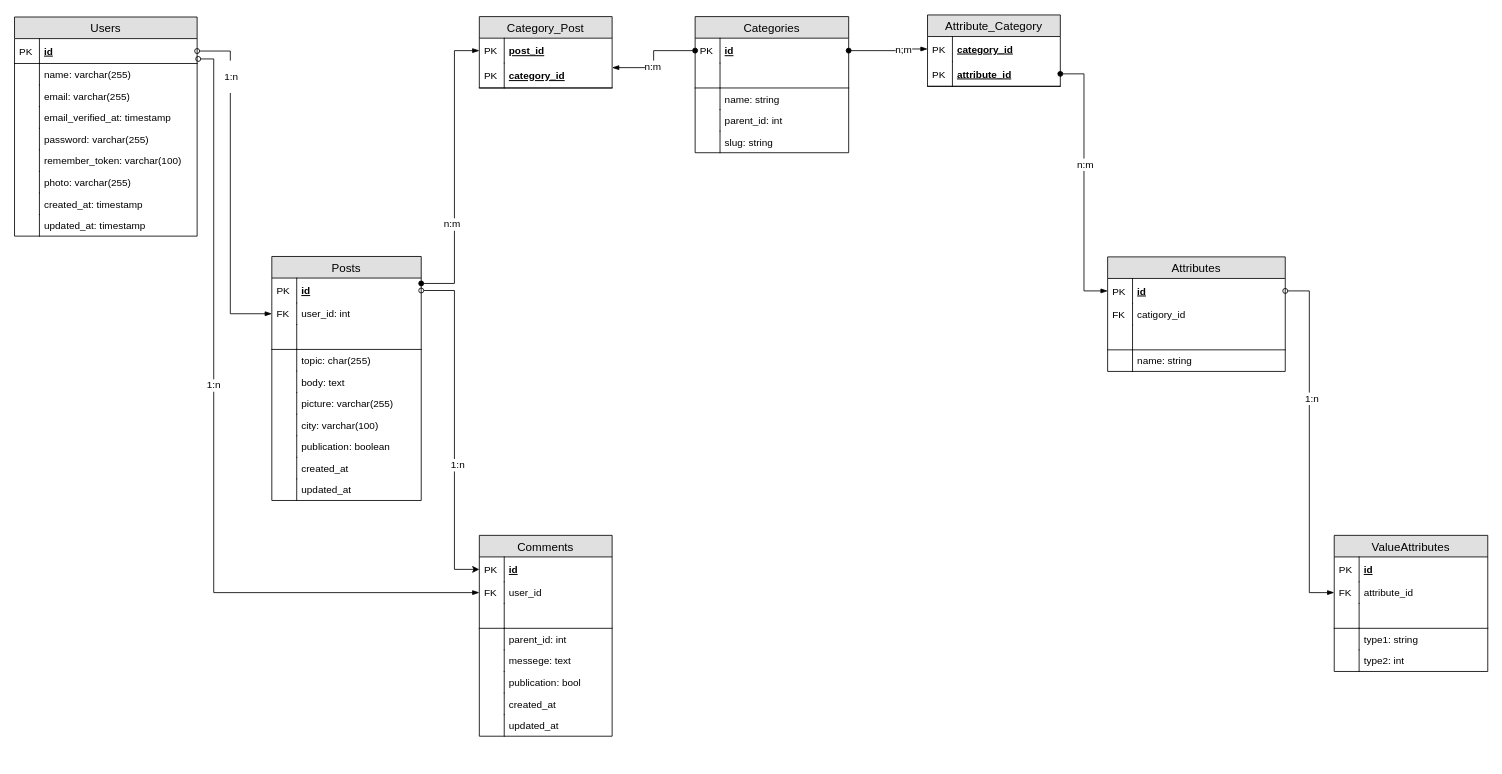
Before: scheme_db/lgical.drawio in igor193/dumpsdatafindteam, a draw.io diagram. Source tidied: cells renumbered, new cells numbered last; positions are measured from the earlier drawing's top-left corner, leaving out a move shared by most shapes. Both pictures are drawn from the tidied source at 83%, with x=0, y=0 at pixel (14, 14).
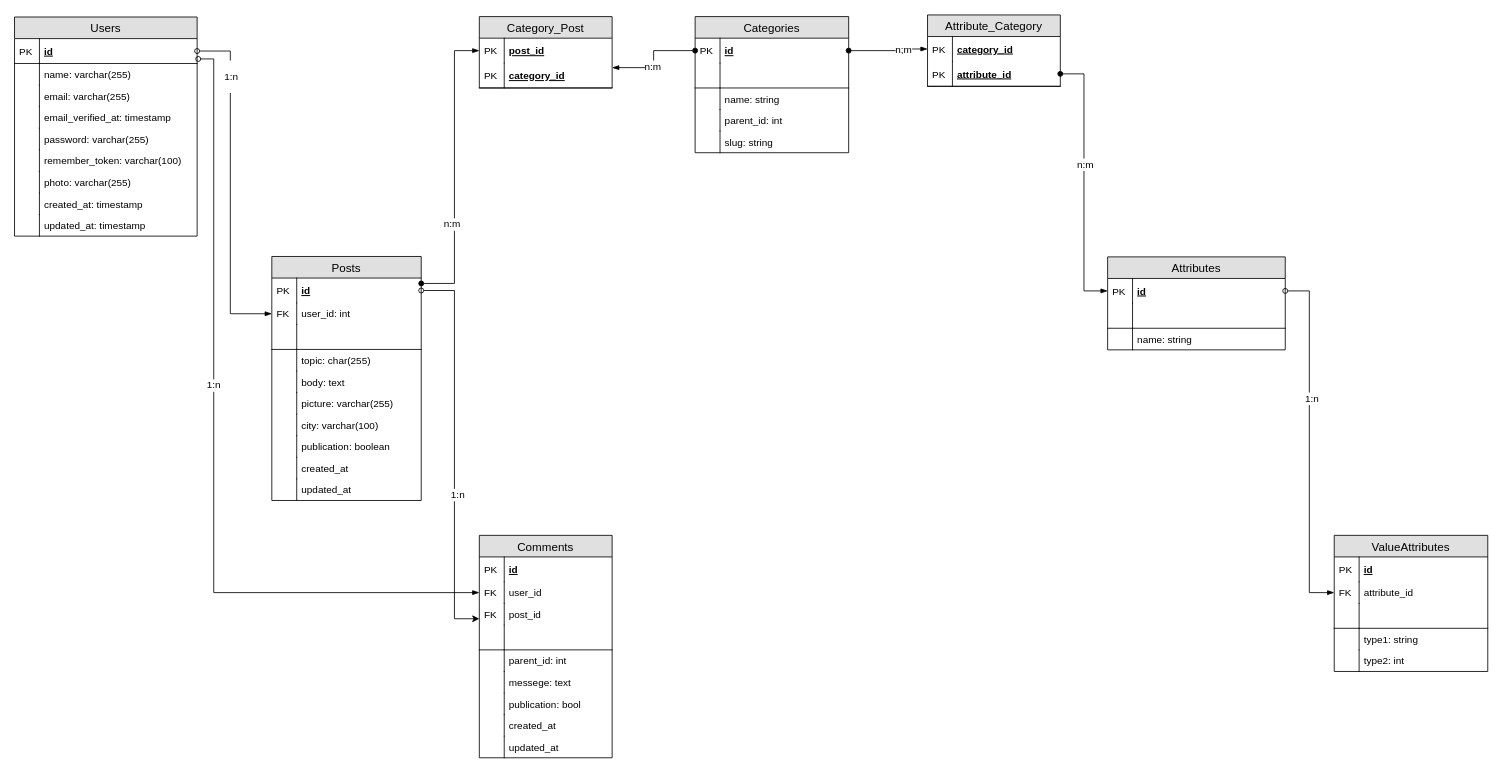
Above is the later version.

Unchanged cells that the change refers to:
```xml
<mxCell id="22" value="id" style="shape=partialRectangle;top=0;left=0;right=0;bottom=1;align=left;verticalAlign=middle;fillColor=none;spacingLeft=34;spacingRight=4;overflow=hidden;points=[[0,0.5],[1,0.5]];portConstraint=eastwest;fontStyle=5;fontSize=12;strokeColor=none;" parent="21" vertex="1">
  <mxGeometry y="26" width="180" height="30" as="geometry" />
</mxCell>
<mxCell id="43" value="id" style="shape=partialRectangle;top=0;left=0;right=0;bottom=1;align=left;verticalAlign=middle;fillColor=none;spacingLeft=34;spacingRight=4;overflow=hidden;points=[[0,0.5],[1,0.5]];portConstraint=eastwest;fontStyle=5;fontSize=12;strokeColor=none;" parent="42" vertex="1">
  <mxGeometry y="26" width="160" height="30" as="geometry" />
</mxCell>
```

Diff of the diagram source:
```diff
@@
     <mxCell id="42" value="Comments" style="swimlane;fontStyle=0;horizontal=1;startSize=26;fillColor=#e0e0e0;swimlaneFillColor=#ffffff;align=center;fontSize=14;" parent="1" vertex="1">
-      <mxGeometry x="560" y="627.5" width="160" height="242" as="geometry" />
+      <mxGeometry x="560" y="627.5" width="160" height="268" as="geometry" />
     </mxCell>
@@
+    <mxCell id="116" value="post_id" style="shape=partialRectangle;top=0;left=0;right=0;bottom=0;align=left;verticalAlign=top;fillColor=none;spacingLeft=34;spacingRight=4;overflow=hidden;fontSize=12;" parent="42" vertex="1">
+      <mxGeometry y="82" width="160" height="26" as="geometry" />
+    </mxCell>
+    <mxCell id="83" value="FK" style="shape=partialRectangle;top=0;left=0;bottom=0;fillColor=none;align=left;verticalAlign=top;spacingLeft=4;spacingRight=4;overflow=hidden;fontSize=12;" parent="116" vertex="1">
+      <mxGeometry width="30" height="26" as="geometry" />
+    </mxCell>
     <mxCell id="47" style="shape=partialRectangle;top=0;left=0;right=0;bottom=1;align=left;verticalAlign=middle;fillColor=none;spacingLeft=34;spacingRight=4;overflow=hidden;fontStyle=5;fontSize=12;" parent="42" vertex="1">
-      <mxGeometry y="82" width="160" height="30" as="geometry" />
+      <mxGeometry y="108" width="160" height="30" as="geometry" />
     </mxCell>
@@
     <mxCell id="49" value="parent_id: int" style="shape=partialRectangle;top=0;left=0;right=0;bottom=0;align=left;verticalAlign=top;fillColor=none;spacingLeft=34;spacingRight=4;overflow=hidden;fontSize=12;" parent="42" vertex="1">
-      <mxGeometry y="112" width="160" height="26" as="geometry" />
+      <mxGeometry y="138" width="160" height="26" as="geometry" />
     </mxCell>
@@
     <mxCell id="51" value="messege: text" style="shape=partialRectangle;top=0;left=0;right=0;bottom=0;align=left;verticalAlign=top;fillColor=none;spacingLeft=34;spacingRight=4;overflow=hidden;fontSize=12;" parent="42" vertex="1">
-      <mxGeometry y="138" width="160" height="26" as="geometry" />
+      <mxGeometry y="164" width="160" height="26" as="geometry" />
     </mxCell>
@@
     <mxCell id="53" value="publication: bool" style="shape=partialRectangle;top=0;left=0;right=0;bottom=0;align=left;verticalAlign=top;fillColor=none;spacingLeft=34;spacingRight=4;overflow=hidden;fontSize=12;" parent="42" vertex="1">
-      <mxGeometry y="164" width="160" height="26" as="geometry" />
+      <mxGeometry y="190" width="160" height="26" as="geometry" />
     </mxCell>
@@
     <mxCell id="55" value="created_at" style="shape=partialRectangle;top=0;left=0;right=0;bottom=0;align=left;verticalAlign=top;fillColor=none;spacingLeft=34;spacingRight=4;overflow=hidden;fontSize=12;" parent="42" vertex="1">
-      <mxGeometry y="190" width="160" height="26" as="geometry" />
+      <mxGeometry y="216" width="160" height="26" as="geometry" />
     </mxCell>
@@
     <mxCell id="57" value="updated_at" style="shape=partialRectangle;top=0;left=0;right=0;bottom=0;align=left;verticalAlign=top;fillColor=none;spacingLeft=34;spacingRight=4;overflow=hidden;fontSize=12;" parent="42" vertex="1">
-      <mxGeometry y="216" width="160" height="26" as="geometry" />
+      <mxGeometry y="242" width="160" height="26" as="geometry" />
     </mxCell>
@@
-    <mxCell id="75" style="edgeStyle=orthogonalEdgeStyle;rounded=0;jettySize=auto;html=1;exitX=1;exitY=0.5;exitDx=0;exitDy=0;startArrow=oval;startFill=0;entryX=0;entryY=0.5;entryDx=0;entryDy=0;" parent="1" edge="1" source="22" target="43">
+    <mxCell id="75" style="edgeStyle=orthogonalEdgeStyle;rounded=0;jettySize=auto;html=1;exitX=1;exitY=0.5;exitDx=0;exitDy=0;startArrow=oval;startFill=0;" parent="1" edge="1" source="22">
       <mxGeometry relative="1" as="geometry">
+        <mxPoint x="560" y="728" as="targetPoint" />
         <Array as="points">
           <mxPoint x="530" y="333" />
-          <mxPoint x="530" y="669" />
+          <mxPoint x="530" y="728" />
+          <mxPoint x="560" y="728" />
         </Array>
       </mxGeometry>
     </mxCell>
@@
     <mxCell id="79" value="Attributes" style="swimlane;fontStyle=0;horizontal=1;startSize=26;fillColor=#e0e0e0;swimlaneFillColor=#ffffff;align=center;fontSize=14;" parent="1" vertex="1">
-      <mxGeometry x="1317" y="292" width="214" height="138" as="geometry" />
+      <mxGeometry x="1317" y="292" width="214" height="112" as="geometry" />
     </mxCell>
@@
-    <mxCell id="82" value="catigory_id" style="shape=partialRectangle;top=0;left=0;right=0;bottom=0;align=left;verticalAlign=top;fillColor=none;spacingLeft=34;spacingRight=4;overflow=hidden;fontSize=12;" parent="79" vertex="1">
-      <mxGeometry y="56" width="214" height="26" as="geometry" />
-    </mxCell>
-    <mxCell id="83" value="FK" style="shape=partialRectangle;top=0;left=0;bottom=0;fillColor=none;align=left;verticalAlign=top;spacingLeft=4;spacingRight=4;overflow=hidden;fontSize=12;" parent="82" vertex="1">
-      <mxGeometry width="30" height="26" as="geometry" />
-    </mxCell>
     <mxCell id="84" style="shape=partialRectangle;top=0;left=0;right=0;bottom=1;align=left;verticalAlign=middle;fillColor=none;spacingLeft=34;spacingRight=4;overflow=hidden;fontStyle=5;fontSize=12;" parent="79" vertex="1">
-      <mxGeometry y="82" width="214" height="30" as="geometry" />
+      <mxGeometry y="56" width="214" height="30" as="geometry" />
     </mxCell>
@@
     <mxCell id="86" value="name: string" style="shape=partialRectangle;top=0;left=0;right=0;bottom=0;align=left;verticalAlign=top;fillColor=none;spacingLeft=34;spacingRight=4;overflow=hidden;fontSize=12;" parent="79" vertex="1">
-      <mxGeometry y="112" width="214" height="26" as="geometry" />
+      <mxGeometry y="86" width="214" height="26" as="geometry" />
     </mxCell>
```
